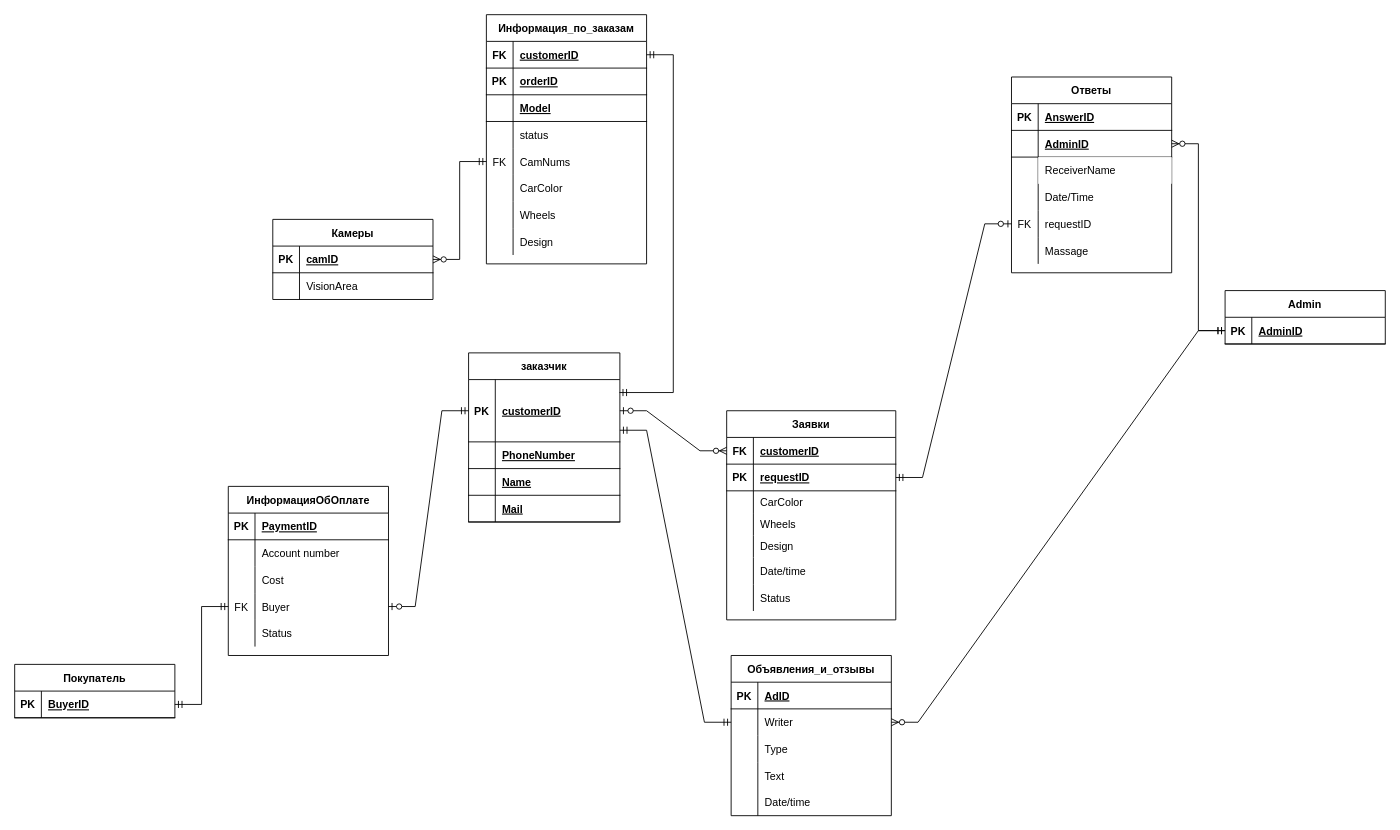
Above: DIAGRAMS/ER.drawio in PashkoW/Repository1 (draw.io), before the change. Source tidied: cells renumbered, new cells numbered last; positions are measured from the earlier drawing's top-left corner, leaving out a move shared by most shapes. Both pictures are drawn from the tidied source at 89%, with x=0, y=0 at pixel (14, 14).
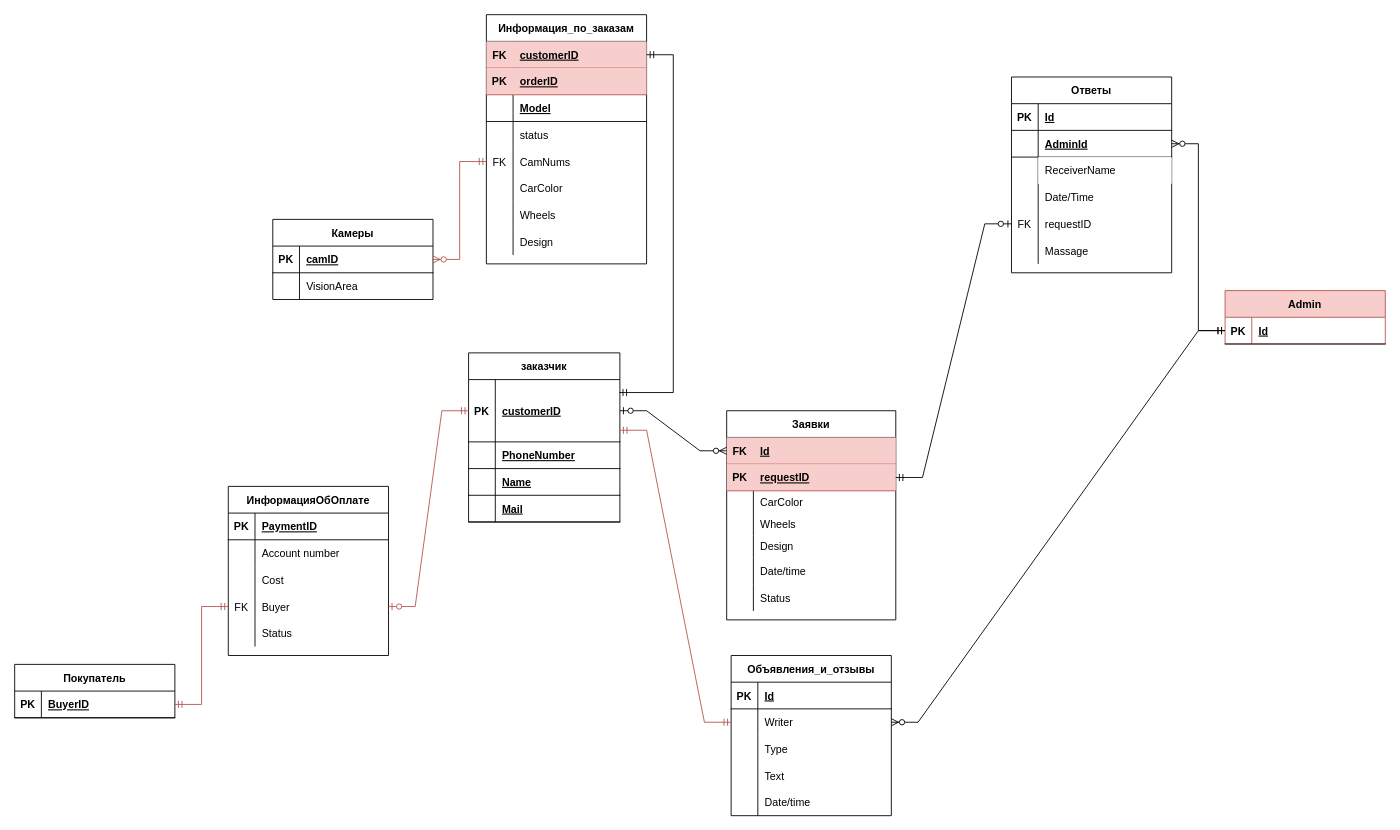
After the change.

Unchanged cells that the change refers to:
```xml
<mxCell id="3" style="shape=partialRectangle;fillColor=none;top=0;left=0;bottom=1;right=0;points=[[0,0.5],[1,0.5]];portConstraint=eastwest;" parent="2" vertex="1">
  <mxGeometry y="30" width="170" height="70" as="geometry" />
</mxCell>
<mxCell id="16" style="shape=partialRectangle;fillColor=none;top=0;left=0;bottom=1;right=0;" parent="15" vertex="1">
  <mxGeometry y="30" width="180" height="30" as="geometry" />
</mxCell>
<mxCell id="19" style="shape=partialRectangle;fillColor=none;top=0;left=0;bottom=1;right=0;points=[[0,0.5],[1,0.5]];portConstraint=eastwest;" parent="15" vertex="1">
  <mxGeometry y="60" width="180" height="30" as="geometry" />
</mxCell>
<mxCell id="34" value="Информация_по_заказам" style="shape=table;startSize=30;childLayout=tableLayout;rowLines=0;fontStyle=1;align=center;" parent="1" vertex="1">
  <mxGeometry x="530" width="180" height="280" as="geometry" />
</mxCell>
<mxCell id="47" style="shape=partialRectangle;fillColor=none;top=0;left=0;bottom=0;right=0;points=[[0,0.5],[1,0.5]];portConstraint=eastwest;" parent="34" vertex="1">
  <mxGeometry y="150" width="180" height="30" as="geometry" />
</mxCell>
<mxCell id="60" style="shape=partialRectangle;fillColor=none;top=0;left=0;bottom=1;right=0;points=[[0,0.5],[1,0.5]];portConstraint=eastwest;" parent="59" vertex="1">
  <mxGeometry y="30" width="180" height="30" as="geometry" />
</mxCell>
<mxCell id="64" style="shape=partialRectangle;fillColor=none;top=0;left=0;bottom=1;right=0;" parent="63" vertex="1">
  <mxGeometry y="30" width="180" height="30" as="geometry" />
</mxCell>
<mxCell id="67" style="shape=partialRectangle;fillColor=none;top=0;left=0;bottom=0;right=0;points=[[0,0.5],[1,0.5]];portConstraint=eastwest;" parent="63" vertex="1">
  <mxGeometry y="60" width="180" height="30" as="geometry" />
</mxCell>
<mxCell id="79" value="Заявки" style="shape=table;startSize=30;childLayout=tableLayout;rowLines=0;fontStyle=1;align=center;" parent="1" vertex="1">
  <mxGeometry x="800" y="445" width="190" height="235" as="geometry" />
</mxCell>
<mxCell id="111" style="shape=partialRectangle;fillColor=none;top=0;left=0;bottom=0;right=0;points=[[0,0.5],[1,0.5]];portConstraint=eastwest;" parent="101" vertex="1">
  <mxGeometry y="120" width="180" height="30" as="geometry" />
</mxCell>
<mxCell id="118" style="shape=partialRectangle;fillColor=none;top=0;left=0;bottom=1;right=0;points=[[0,0.5],[1,0.5]];portConstraint=eastwest;" parent="117" vertex="1">
  <mxGeometry y="30" width="180" height="30" as="geometry" />
</mxCell>
<mxCell id="125" style="shape=partialRectangle;fillColor=none;top=0;left=0;bottom=1;right=0;points=[[0,0.5],[1,0.5]];portConstraint=eastwest;" parent="124" vertex="1">
  <mxGeometry y="30" width="180" height="30" as="geometry" />
</mxCell>
```

The edit, as a diff of the source:
```diff
@@
-    <mxCell id="18" value="AnswerID" style="shape=partialRectangle;fillColor=none;top=0;left=0;bottom=0;right=0;align=left;spacingLeft=6;fontStyle=5;overflow=hidden;" parent="16" vertex="1">
+    <mxCell id="18" value="Id" style="shape=partialRectangle;fillColor=none;top=0;left=0;bottom=0;right=0;align=left;spacingLeft=6;fontStyle=5;overflow=hidden;" parent="16" vertex="1">
       <mxGeometry x="30" width="150" height="30" as="geometry" />
     </mxCell>
@@
-    <mxCell id="21" value="AdminID" style="shape=partialRectangle;fillColor=none;top=0;left=0;bottom=0;right=0;align=left;spacingLeft=6;fontStyle=5;overflow=hidden;" parent="19" vertex="1">
+    <mxCell id="21" value="AdminId" style="shape=partialRectangle;fillColor=none;top=0;left=0;bottom=0;right=0;align=left;spacingLeft=6;fontStyle=5;overflow=hidden;" parent="19" vertex="1">
       <mxGeometry x="30" width="150" height="30" as="geometry" />
     </mxCell>
@@
-    <mxCell id="35" style="shape=partialRectangle;fillColor=none;top=0;left=0;bottom=1;right=0;points=[[0,0.5],[1,0.5]];portConstraint=eastwest;" parent="34" vertex="1">
+    <mxCell id="35" style="shape=partialRectangle;fillColor=#f8cecc;top=0;left=0;bottom=1;right=0;points=[[0,0.5],[1,0.5]];portConstraint=eastwest;strokeColor=#b85450;" parent="34" vertex="1">
       <mxGeometry y="30" width="180" height="30" as="geometry" />
     </mxCell>
@@
-    <mxCell id="38" style="shape=partialRectangle;fillColor=none;top=0;left=0;bottom=1;right=0;" parent="34" vertex="1">
+    <mxCell id="38" style="shape=partialRectangle;fillColor=#f8cecc;top=0;left=0;bottom=1;right=0;strokeColor=#b85450;" parent="34" vertex="1">
       <mxGeometry y="60" width="180" height="30" as="geometry" />
     </mxCell>
@@
-    <mxCell id="59" value="Admin" style="shape=table;startSize=30;childLayout=tableLayout;rowLines=0;fontStyle=1;align=center;" parent="1" vertex="1">
+    <mxCell id="59" value="Admin" style="shape=table;startSize=30;childLayout=tableLayout;rowLines=0;fontStyle=1;align=center;fillColor=#f8cecc;strokeColor=#b85450;" parent="1" vertex="1">
       <mxGeometry x="1360" y="310" width="180" height="60" as="geometry" />
     </mxCell>
@@
-    <mxCell id="62" value="AdminID" style="shape=partialRectangle;fillColor=none;top=0;left=0;bottom=0;right=0;align=left;spacingLeft=6;fontStyle=5;overflow=hidden;" parent="60" vertex="1">
+    <mxCell id="62" value="Id" style="shape=partialRectangle;fillColor=none;top=0;left=0;bottom=0;right=0;align=left;spacingLeft=6;fontStyle=5;overflow=hidden;" parent="60" vertex="1">
       <mxGeometry x="30" width="150" height="30" as="geometry" />
     </mxCell>
@@
-    <mxCell id="66" value="AdID" style="shape=partialRectangle;fillColor=none;top=0;left=0;bottom=0;right=0;align=left;spacingLeft=6;fontStyle=5;overflow=hidden;" parent="64" vertex="1">
+    <mxCell id="66" value="Id" style="shape=partialRectangle;fillColor=none;top=0;left=0;bottom=0;right=0;align=left;spacingLeft=6;fontStyle=5;overflow=hidden;" parent="64" vertex="1">
       <mxGeometry x="30" width="150" height="30" as="geometry" />
     </mxCell>
@@
-    <mxCell id="80" style="shape=partialRectangle;fillColor=none;top=0;left=0;bottom=1;right=0;points=[[0,0.5],[1,0.5]];portConstraint=eastwest;" parent="79" vertex="1">
+    <mxCell id="80" style="shape=partialRectangle;fillColor=#f8cecc;top=0;left=0;bottom=1;right=0;points=[[0,0.5],[1,0.5]];portConstraint=eastwest;strokeColor=#b85450;" parent="79" vertex="1">
       <mxGeometry y="30" width="190" height="30" as="geometry" />
     </mxCell>
@@
-    <mxCell id="82" value="customerID" style="shape=partialRectangle;fillColor=none;top=0;left=0;bottom=0;right=0;align=left;spacingLeft=6;fontStyle=5;overflow=hidden;" parent="80" vertex="1">
+    <mxCell id="82" value="Id" style="shape=partialRectangle;fillColor=none;top=0;left=0;bottom=0;right=0;align=left;spacingLeft=6;fontStyle=5;overflow=hidden;" parent="80" vertex="1">
       <mxGeometry x="30" width="160" height="30" as="geometry" />
     </mxCell>
-    <mxCell id="83" style="shape=partialRectangle;fillColor=none;top=0;left=0;bottom=1;right=0;points=[[0,0.5],[1,0.5]];portConstraint=eastwest;" parent="79" vertex="1">
+    <mxCell id="83" style="shape=partialRectangle;fillColor=#f8cecc;top=0;left=0;bottom=1;right=0;points=[[0,0.5],[1,0.5]];portConstraint=eastwest;strokeColor=#b85450;" parent="79" vertex="1">
       <mxGeometry y="60" width="190" height="30" as="geometry" />
     </mxCell>
@@
-    <mxCell id="128" style="edgeStyle=entityRelationEdgeStyle;fontSize=12;html=1;endArrow=ERmandOne;startArrow=ERmandOne;rounded=0;" parent="1" edge="1" source="111" target="125">
+    <mxCell id="128" style="edgeStyle=entityRelationEdgeStyle;fontSize=12;html=1;endArrow=ERmandOne;startArrow=ERmandOne;rounded=0;fillColor=#f8cecc;strokeColor=#b85450;" parent="1" edge="1" source="111" target="125">
       <mxGeometry relative="1" as="geometry" />
     </mxCell>
-    <mxCell id="129" style="edgeStyle=entityRelationEdgeStyle;fontSize=12;html=1;endArrow=ERzeroToOne;startArrow=ERmandOne;rounded=0;" parent="1" edge="1" source="3" target="111">
+    <mxCell id="129" style="edgeStyle=entityRelationEdgeStyle;fontSize=12;html=1;endArrow=ERzeroToOne;startArrow=ERmandOne;rounded=0;fillColor=#f8cecc;strokeColor=#b85450;" parent="1" edge="1" source="3" target="111">
       <mxGeometry relative="1" as="geometry" />
     </mxCell>
@@
-    <mxCell id="132" style="edgeStyle=entityRelationEdgeStyle;fontSize=12;html=1;endArrow=ERzeroToMany;startArrow=ERmandOne;rounded=0;" parent="1" edge="1" source="47" target="118">
+    <mxCell id="132" style="edgeStyle=entityRelationEdgeStyle;fontSize=12;html=1;endArrow=ERzeroToMany;startArrow=ERmandOne;rounded=0;fillColor=#f8cecc;strokeColor=#b85450;" parent="1" edge="1" source="47" target="118">
       <mxGeometry relative="1" as="geometry" />
     </mxCell>
@@
-    <mxCell id="136" style="edgeStyle=entityRelationEdgeStyle;fontSize=12;html=1;endArrow=ERmandOne;startArrow=ERmandOne;rounded=0;exitX=0;exitY=0.5;exitDx=0;exitDy=0;entryX=1;entryY=0.813;entryDx=0;entryDy=0;entryPerimeter=0;" parent="1" edge="1" source="67" target="3">
+    <mxCell id="136" style="edgeStyle=entityRelationEdgeStyle;fontSize=12;html=1;endArrow=ERmandOne;startArrow=ERmandOne;rounded=0;exitX=0;exitY=0.5;exitDx=0;exitDy=0;entryX=1;entryY=0.813;entryDx=0;entryDy=0;entryPerimeter=0;fillColor=#f8cecc;strokeColor=#b85450;" parent="1" edge="1" source="67" target="3">
       <mxGeometry relative="1" as="geometry" />
     </mxCell>
```
